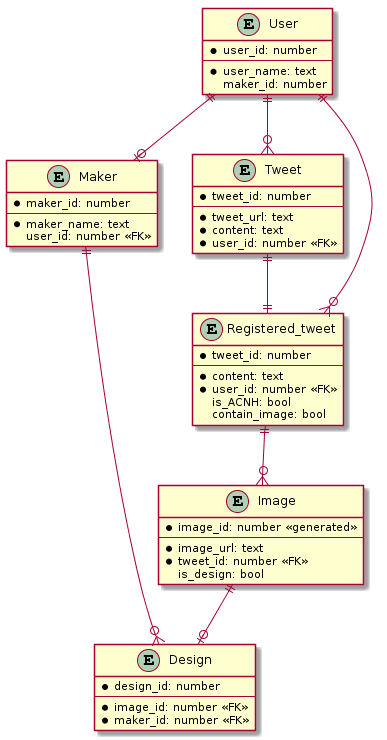
aximov/witness-me keeps this PlantUML diagram as doc/uml/entity-relationship.png. Above is the earlier version.
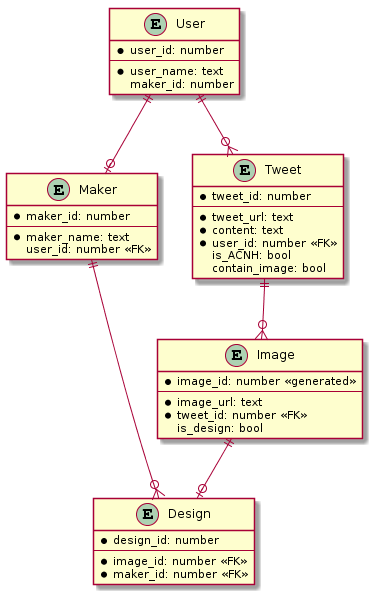
Above is the later version.

What changed in the source:
```diff
@@ -19,13 +19,6 @@
     * tweet_id: number
     --
     * tweet_url: text
-    * content: text
-    * user_id: number <<FK>>
-}
-
-entity Registered_tweet {
-    * tweet_id: number
-    --
     * content: text
     * user_id: number <<FK>>
     is_ACNH: bool
@@ -50,8 +43,6 @@
 User ||-o| Maker
 Maker ||--o{ Design
 User ||--o{ Tweet
-User ||--o{ Registered_tweet
-Tweet ||--|| Registered_tweet
-Registered_tweet ||--o{ Image
+Tweet ||--o{ Image
 Image ||--o| Design
 @enduml
```
